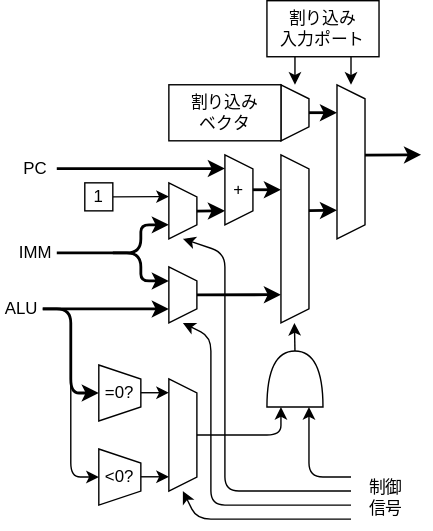
Above: Lab/Computer/Micon/01_CPU/img/pfc.dio.svg in amane-uehara/kanade-k-1228.github.io (draw.io), before the change. Source tidied: cells renumbered, new cells last; positions are measured from the earlier drawing's top-left corner, leaving out a move shared by most shapes.
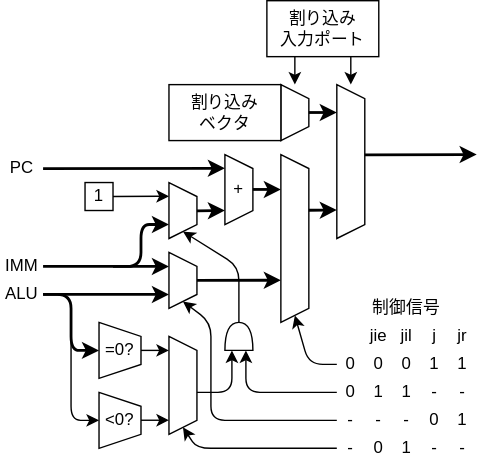
After the change.

Change to the diagram source:
```diff
@@ -46,8 +46,8 @@
     </mxCell>
     <mxCell id="12" style="endArrow=classic;html=1;strokeWidth=2;" parent="1" edge="1">
       <mxGeometry relative="1" as="geometry">
-        <mxPoint x="140" y="210" as="sourcePoint" />
-        <mxPoint x="200" y="209.8" as="targetPoint" />
+        <mxPoint x="140" y="200" as="sourcePoint" />
+        <mxPoint x="200" y="199.8" as="targetPoint" />
       </mxGeometry>
     </mxCell>
     <mxCell id="13" style="endArrow=classic;html=1;" parent="1" edge="1">
@@ -58,10 +58,10 @@
     </mxCell>
     <mxCell id="14" style="endArrow=classic;html=1;strokeWidth=2;" parent="1" edge="1">
       <mxGeometry relative="1" as="geometry">
-        <mxPoint x="80" y="180" as="sourcePoint" />
+        <mxPoint x="80" y="190" as="sourcePoint" />
         <mxPoint x="120" y="160" as="targetPoint" />
         <Array as="points">
-          <mxPoint x="100" y="180" />
+          <mxPoint x="100" y="190" />
           <mxPoint x="100" y="160" />
         </Array>
       </mxGeometry>
@@ -74,7 +74,7 @@
     </mxCell>
     <mxCell id="16" style="endArrow=classic;html=1;strokeWidth=2;" parent="1" edge="1">
       <mxGeometry relative="1" as="geometry">
-        <mxPoint x="40" y="119.8" as="sourcePoint" />
+        <mxPoint x="30" y="120" as="sourcePoint" />
         <mxPoint x="160" y="119.8" as="targetPoint" />
       </mxGeometry>
     </mxCell>
@@ -90,138 +90,208 @@
     <mxCell id="19" style="endArrow=classic;html=1;strokeWidth=2;" parent="1" edge="1">
       <mxGeometry relative="1" as="geometry">
         <mxPoint x="260" y="110.2" as="sourcePoint" />
-        <mxPoint x="300" y="110" as="targetPoint" />
+        <mxPoint x="340" y="110" as="targetPoint" />
       </mxGeometry>
     </mxCell>
     <mxCell id="20" value="1" style="rounded=0;whiteSpace=wrap;html=1;" parent="1" vertex="1">
       <mxGeometry x="60" y="130" width="20" height="20" as="geometry" />
     </mxCell>
     <mxCell id="21" value="ALU" style="text;html=1;strokeColor=none;fillColor=none;align=center;verticalAlign=middle;whiteSpace=wrap;rounded=0;" parent="1" vertex="1">
-      <mxGeometry y="210" width="30" height="20" as="geometry" />
+      <mxGeometry y="200" width="30" height="20" as="geometry" />
     </mxCell>
     <mxCell id="22" value="IMM" style="text;html=1;strokeColor=none;fillColor=none;align=center;verticalAlign=middle;whiteSpace=wrap;rounded=0;" parent="1" vertex="1">
-      <mxGeometry x="10" y="170" width="30" height="20" as="geometry" />
+      <mxGeometry y="180" width="30" height="20" as="geometry" />
     </mxCell>
     <mxCell id="23" value="PC" style="text;html=1;strokeColor=none;fillColor=none;align=center;verticalAlign=middle;whiteSpace=wrap;rounded=0;" parent="1" vertex="1">
-      <mxGeometry x="10" y="110" width="30" height="20" as="geometry" />
+      <mxGeometry y="110" width="30" height="20" as="geometry" />
     </mxCell>
-    <mxCell id="24" style="endArrow=classic;html=1;" parent="1" edge="1">
-      <mxGeometry relative="1" as="geometry">
-        <mxPoint x="210" y="250" as="sourcePoint" />
-        <mxPoint x="209.6" y="230" as="targetPoint" />
-      </mxGeometry>
-    </mxCell>
     <mxCell id="25" style="endArrow=classic;html=1;startArrow=none;startFill=0;strokeWidth=2;" parent="1" edge="1">
       <mxGeometry relative="1" as="geometry">
-        <mxPoint x="30" y="220" as="sourcePoint" />
-        <mxPoint x="70" y="280" as="targetPoint" />
+        <mxPoint x="30" y="210" as="sourcePoint" />
+        <mxPoint x="70" y="250" as="targetPoint" />
         <Array as="points">
-          <mxPoint x="50" y="220" />
-          <mxPoint x="50" y="280" />
+          <mxPoint x="50" y="210" />
+          <mxPoint x="50" y="250" />
         </Array>
       </mxGeometry>
     </mxCell>
     <mxCell id="26" style="endArrow=classic;html=1;" parent="1" edge="1">
       <mxGeometry relative="1" as="geometry">
-        <mxPoint x="250" y="350" as="sourcePoint" />
-        <mxPoint x="130" y="170" as="targetPoint" />
+        <mxPoint x="170" y="230" as="sourcePoint" />
+        <mxPoint x="130" y="165" as="targetPoint" />
         <Array as="points">
-          <mxPoint x="160" y="350" />
-          <mxPoint x="160" y="180" />
+          <mxPoint x="170" y="190" />
         </Array>
       </mxGeometry>
     </mxCell>
     <mxCell id="27" value="制御信号" style="text;html=1;strokeColor=none;fillColor=none;align=center;verticalAlign=middle;whiteSpace=wrap;rounded=0;" parent="1" vertex="1">
-      <mxGeometry x="260" y="340" width="30" height="30" as="geometry" />
+      <mxGeometry x="240" y="210" width="100" height="20" as="geometry" />
     </mxCell>
     <mxCell id="28" value="=0?" style="shape=trapezoid;perimeter=trapezoidPerimeter;whiteSpace=wrap;html=1;fixedSize=1;direction=south;size=10;" parent="1" vertex="1">
-      <mxGeometry x="70" y="260" width="30" height="40" as="geometry" />
+      <mxGeometry x="70" y="230" width="30" height="40" as="geometry" />
     </mxCell>
     <mxCell id="29" value="&amp;lt;0?" style="shape=trapezoid;perimeter=trapezoidPerimeter;whiteSpace=wrap;html=1;fixedSize=1;direction=south;size=10;" parent="1" vertex="1">
-      <mxGeometry x="70" y="320" width="30" height="40" as="geometry" />
+      <mxGeometry x="70" y="280" width="30" height="40" as="geometry" />
     </mxCell>
     <mxCell id="30" style="endArrow=classic;html=1;startArrow=none;startFill=0;" parent="1" edge="1">
       <mxGeometry relative="1" as="geometry">
-        <mxPoint x="50" y="260" as="sourcePoint" />
-        <mxPoint x="70" y="340" as="targetPoint" />
+        <mxPoint x="50" y="230" as="sourcePoint" />
+        <mxPoint x="70" y="300" as="targetPoint" />
         <Array as="points">
-          <mxPoint x="50" y="340" />
+          <mxPoint x="50" y="300" />
         </Array>
       </mxGeometry>
     </mxCell>
     <mxCell id="31" style="shape=trapezoid;perimeter=trapezoidPerimeter;whiteSpace=wrap;html=1;fixedSize=1;direction=south;size=10;" parent="1" vertex="1">
-      <mxGeometry x="120" y="270" width="20" height="80" as="geometry" />
+      <mxGeometry x="120" y="240" width="20" height="70" as="geometry" />
     </mxCell>
     <mxCell id="32" style="endArrow=classic;html=1;" parent="1" edge="1">
       <mxGeometry relative="1" as="geometry">
-        <mxPoint x="100" y="279.8" as="sourcePoint" />
-        <mxPoint x="120" y="279.8" as="targetPoint" />
+        <mxPoint x="100" y="250" as="sourcePoint" />
+        <mxPoint x="120" y="250" as="targetPoint" />
       </mxGeometry>
     </mxCell>
     <mxCell id="33" style="endArrow=classic;html=1;" parent="1" edge="1">
       <mxGeometry relative="1" as="geometry">
-        <mxPoint x="100" y="339.8" as="sourcePoint" />
-        <mxPoint x="120" y="339.8" as="targetPoint" />
+        <mxPoint x="100" y="299.9" as="sourcePoint" />
+        <mxPoint x="120" y="299.9" as="targetPoint" />
       </mxGeometry>
     </mxCell>
     <mxCell id="34" style="shape=or;whiteSpace=wrap;html=1;direction=north;" parent="1" vertex="1">
-      <mxGeometry x="190" y="250" width="40" height="40" as="geometry" />
+      <mxGeometry x="160" y="230" width="20" height="20" as="geometry" />
     </mxCell>
     <mxCell id="35" style="endArrow=classic;html=1;" parent="1" edge="1">
       <mxGeometry relative="1" as="geometry">
-        <mxPoint x="140" y="310" as="sourcePoint" />
-        <mxPoint x="200" y="290" as="targetPoint" />
+        <mxPoint x="140" y="280" as="sourcePoint" />
+        <mxPoint x="165" y="250" as="targetPoint" />
         <Array as="points">
-          <mxPoint x="200" y="310" />
+          <mxPoint x="165" y="280" />
         </Array>
       </mxGeometry>
     </mxCell>
     <mxCell id="36" style="shape=trapezoid;perimeter=trapezoidPerimeter;whiteSpace=wrap;html=1;fixedSize=1;direction=south;size=10;" parent="1" vertex="1">
-      <mxGeometry x="120" y="190" width="20" height="40" as="geometry" />
+      <mxGeometry x="120" y="180" width="20" height="40" as="geometry" />
     </mxCell>
     <mxCell id="37" style="endArrow=classic;html=1;strokeWidth=2;" parent="1" edge="1">
       <mxGeometry relative="1" as="geometry">
-        <mxPoint x="30" y="220" as="sourcePoint" />
-        <mxPoint x="120" y="220" as="targetPoint" />
+        <mxPoint x="30" y="210" as="sourcePoint" />
+        <mxPoint x="120" y="210" as="targetPoint" />
       </mxGeometry>
     </mxCell>
     <mxCell id="38" style="endArrow=classic;html=1;strokeWidth=2;" parent="1" edge="1">
       <mxGeometry relative="1" as="geometry">
-        <mxPoint x="40" y="180" as="sourcePoint" />
-        <mxPoint x="120" y="200" as="targetPoint" />
-        <Array as="points">
-          <mxPoint x="100" y="180" />
-          <mxPoint x="100" y="200" />
-        </Array>
+        <mxPoint x="30" y="190" as="sourcePoint" />
+        <mxPoint x="120" y="190" as="targetPoint" />
       </mxGeometry>
     </mxCell>
-    <mxCell id="39" style="endArrow=classic;html=1;" parent="1" edge="1">
-      <mxGeometry relative="1" as="geometry">
-        <mxPoint x="250" y="360" as="sourcePoint" />
-        <mxPoint x="130" y="230" as="targetPoint" />
-        <Array as="points">
-          <mxPoint x="150" y="360" />
-          <mxPoint x="150" y="240" />
-        </Array>
-      </mxGeometry>
-    </mxCell>
     <mxCell id="40" style="endArrow=classic;html=1;" parent="1" edge="1">
       <mxGeometry relative="1" as="geometry">
-        <mxPoint x="250" y="340" as="sourcePoint" />
-        <mxPoint x="220" y="290" as="targetPoint" />
+        <mxPoint x="240" y="280" as="sourcePoint" />
+        <mxPoint x="175" y="250" as="targetPoint" />
         <Array as="points">
-          <mxPoint x="220" y="340" />
+          <mxPoint x="175" y="280" />
         </Array>
       </mxGeometry>
     </mxCell>
-    <mxCell id="41" style="endArrow=classic;html=1;" parent="1" edge="1">
-      <mxGeometry relative="1" as="geometry">
-        <mxPoint x="250" y="370" as="sourcePoint" />
-        <mxPoint x="130" y="350" as="targetPoint" />
-        <Array as="points">
-          <mxPoint x="140" y="370" />
-        </Array>
-      </mxGeometry>
-    </mxCell>
+    <mxCell id="42" value="0" style="text;html=1;strokeColor=none;fillColor=none;align=center;verticalAlign=middle;whiteSpace=wrap;rounded=0;" parent="1" vertex="1">
+      <mxGeometry x="240" y="250" width="20" height="20" as="geometry" />
+    </mxCell>
+    <mxCell id="43" value="jie" style="text;html=1;strokeColor=none;fillColor=none;align=center;verticalAlign=middle;whiteSpace=wrap;rounded=0;rotation=0;" parent="1" vertex="1">
+      <mxGeometry x="260" y="230" width="20" height="20" as="geometry" />
+    </mxCell>
+    <mxCell id="44" value="-" style="text;html=1;strokeColor=none;fillColor=none;align=center;verticalAlign=middle;whiteSpace=wrap;rounded=0;" parent="1" vertex="1">
+      <mxGeometry x="240" y="290" width="20" height="20" as="geometry" />
+    </mxCell>
+    <mxCell id="45" value="0" style="text;html=1;strokeColor=none;fillColor=none;align=center;verticalAlign=middle;whiteSpace=wrap;rounded=0;" parent="1" vertex="1">
+      <mxGeometry x="240" y="270" width="20" height="20" as="geometry" />
+    </mxCell>
+    <mxCell id="46" value="-" style="text;html=1;strokeColor=none;fillColor=none;align=center;verticalAlign=middle;whiteSpace=wrap;rounded=0;" parent="1" vertex="1">
+      <mxGeometry x="240" y="310" width="20" height="20" as="geometry" />
+    </mxCell>
+    <mxCell id="47" value="jil" style="text;html=1;strokeColor=none;fillColor=none;align=center;verticalAlign=middle;whiteSpace=wrap;rounded=0;rotation=0;" parent="1" vertex="1">
+      <mxGeometry x="280" y="230" width="20" height="20" as="geometry" />
+    </mxCell>
+    <mxCell id="48" value="j" style="text;html=1;strokeColor=none;fillColor=none;align=center;verticalAlign=middle;whiteSpace=wrap;rounded=0;rotation=0;" parent="1" vertex="1">
+      <mxGeometry x="300" y="230" width="20" height="20" as="geometry" />
+    </mxCell>
+    <mxCell id="49" value="jr" style="text;html=1;strokeColor=none;fillColor=none;align=center;verticalAlign=middle;whiteSpace=wrap;rounded=0;rotation=0;" parent="1" vertex="1">
+      <mxGeometry x="320" y="230" width="20" height="20" as="geometry" />
+    </mxCell>
+    <mxCell id="50" value="0" style="text;html=1;strokeColor=none;fillColor=none;align=center;verticalAlign=middle;whiteSpace=wrap;rounded=0;" parent="1" vertex="1">
+      <mxGeometry x="260" y="250" width="20" height="20" as="geometry" />
+    </mxCell>
+    <mxCell id="51" value="1" style="text;html=1;strokeColor=none;fillColor=none;align=center;verticalAlign=middle;whiteSpace=wrap;rounded=0;" parent="1" vertex="1">
+      <mxGeometry x="260" y="270" width="20" height="20" as="geometry" />
+    </mxCell>
+    <mxCell id="52" value="-" style="text;html=1;strokeColor=none;fillColor=none;align=center;verticalAlign=middle;whiteSpace=wrap;rounded=0;" parent="1" vertex="1">
+      <mxGeometry x="260" y="290" width="20" height="20" as="geometry" />
+    </mxCell>
+    <mxCell id="53" value="0" style="text;html=1;strokeColor=none;fillColor=none;align=center;verticalAlign=middle;whiteSpace=wrap;rounded=0;" parent="1" vertex="1">
+      <mxGeometry x="260" y="310" width="20" height="20" as="geometry" />
+    </mxCell>
+    <mxCell id="54" value="1" style="text;html=1;strokeColor=none;fillColor=none;align=center;verticalAlign=middle;whiteSpace=wrap;rounded=0;" parent="1" vertex="1">
+      <mxGeometry x="280" y="310" width="20" height="20" as="geometry" />
+    </mxCell>
+    <mxCell id="55" value="0" style="text;html=1;strokeColor=none;fillColor=none;align=center;verticalAlign=middle;whiteSpace=wrap;rounded=0;" parent="1" vertex="1">
+      <mxGeometry x="280" y="250" width="20" height="20" as="geometry" />
+    </mxCell>
+    <mxCell id="56" value="1" style="text;html=1;strokeColor=none;fillColor=none;align=center;verticalAlign=middle;whiteSpace=wrap;rounded=0;" parent="1" vertex="1">
+      <mxGeometry x="280" y="270" width="20" height="20" as="geometry" />
+    </mxCell>
+    <mxCell id="57" value="-" style="text;html=1;strokeColor=none;fillColor=none;align=center;verticalAlign=middle;whiteSpace=wrap;rounded=0;" parent="1" vertex="1">
+      <mxGeometry x="280" y="290" width="20" height="20" as="geometry" />
+    </mxCell>
+    <mxCell id="58" value="1" style="text;html=1;strokeColor=none;fillColor=none;align=center;verticalAlign=middle;whiteSpace=wrap;rounded=0;" parent="1" vertex="1">
+      <mxGeometry x="300" y="250" width="20" height="20" as="geometry" />
+    </mxCell>
+    <mxCell id="59" value="-" style="text;html=1;strokeColor=none;fillColor=none;align=center;verticalAlign=middle;whiteSpace=wrap;rounded=0;" parent="1" vertex="1">
+      <mxGeometry x="300" y="270" width="20" height="20" as="geometry" />
+    </mxCell>
+    <mxCell id="60" value="0" style="text;html=1;strokeColor=none;fillColor=none;align=center;verticalAlign=middle;whiteSpace=wrap;rounded=0;" parent="1" vertex="1">
+      <mxGeometry x="300" y="290" width="20" height="20" as="geometry" />
+    </mxCell>
+    <mxCell id="61" value="-" style="text;html=1;strokeColor=none;fillColor=none;align=center;verticalAlign=middle;whiteSpace=wrap;rounded=0;" parent="1" vertex="1">
+      <mxGeometry x="300" y="310" width="20" height="20" as="geometry" />
+    </mxCell>
+    <mxCell id="62" style="endArrow=classic;html=1;" parent="1" edge="1">
+      <mxGeometry relative="1" as="geometry">
+        <mxPoint x="240" y="300" as="sourcePoint" />
+        <mxPoint x="130" y="215" as="targetPoint" />
+        <Array as="points">
+          <mxPoint x="150" y="300" />
+          <mxPoint x="150" y="230" />
+        </Array>
+      </mxGeometry>
+    </mxCell>
+    <mxCell id="63" style="endArrow=classic;html=1;" parent="1" edge="1">
+      <mxGeometry relative="1" as="geometry">
+        <mxPoint x="240" y="260" as="sourcePoint" />
+        <mxPoint x="210" y="225" as="targetPoint" />
+        <Array as="points">
+          <mxPoint x="220" y="260" />
+        </Array>
+      </mxGeometry>
+    </mxCell>
+    <mxCell id="64" style="endArrow=classic;html=1;" parent="1" edge="1">
+      <mxGeometry relative="1" as="geometry">
+        <mxPoint x="240" y="320" as="sourcePoint" />
+        <mxPoint x="130" y="305" as="targetPoint" />
+        <Array as="points">
+          <mxPoint x="140" y="320" />
+        </Array>
+      </mxGeometry>
+    </mxCell>
+    <mxCell id="65" value="-" style="text;html=1;strokeColor=none;fillColor=none;align=center;verticalAlign=middle;whiteSpace=wrap;rounded=0;" parent="1" vertex="1">
+      <mxGeometry x="320" y="310" width="20" height="20" as="geometry" />
+    </mxCell>
+    <mxCell id="66" value="-" style="text;html=1;strokeColor=none;fillColor=none;align=center;verticalAlign=middle;whiteSpace=wrap;rounded=0;" parent="1" vertex="1">
+      <mxGeometry x="320" y="270" width="20" height="20" as="geometry" />
+    </mxCell>
+    <mxCell id="67" value="1" style="text;html=1;strokeColor=none;fillColor=none;align=center;verticalAlign=middle;whiteSpace=wrap;rounded=0;" parent="1" vertex="1">
+      <mxGeometry x="320" y="250" width="20" height="20" as="geometry" />
+    </mxCell>
+    <mxCell id="68" value="1" style="text;html=1;strokeColor=none;fillColor=none;align=center;verticalAlign=middle;whiteSpace=wrap;rounded=0;" parent="1" vertex="1">
+      <mxGeometry x="320" y="290" width="20" height="20" as="geometry" />
+    </mxCell>
   </root>
 </mxGraphModel>
```
